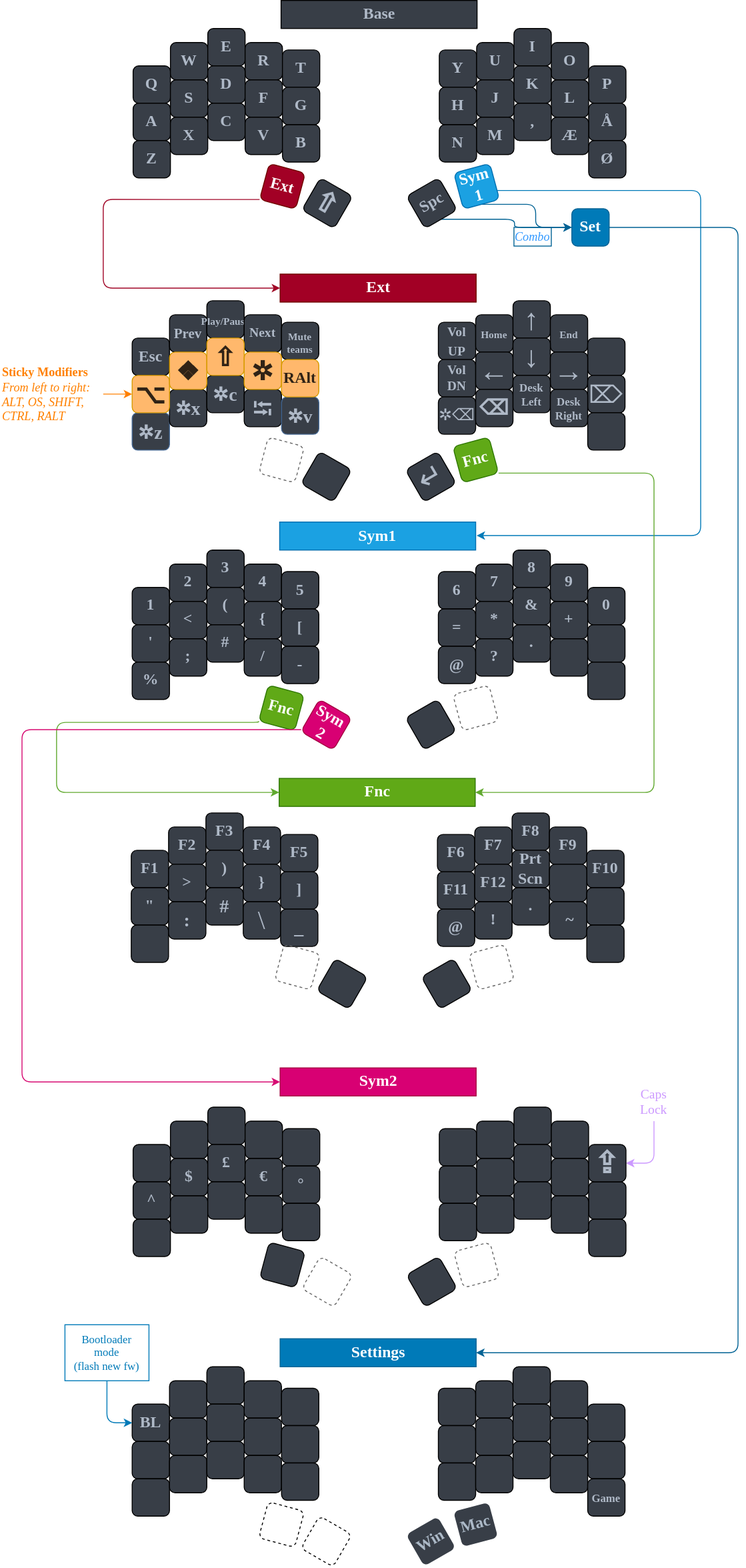
henrik-palm/zmk-urchin keeps this draw.io diagram as Palm Keyboard Layout.drawio.svg. Above is the earlier version. Source tidied: cells renumbered, new cells last; positions are measured from the earlier drawing's top-left corner, leaving out a move shared by most shapes.
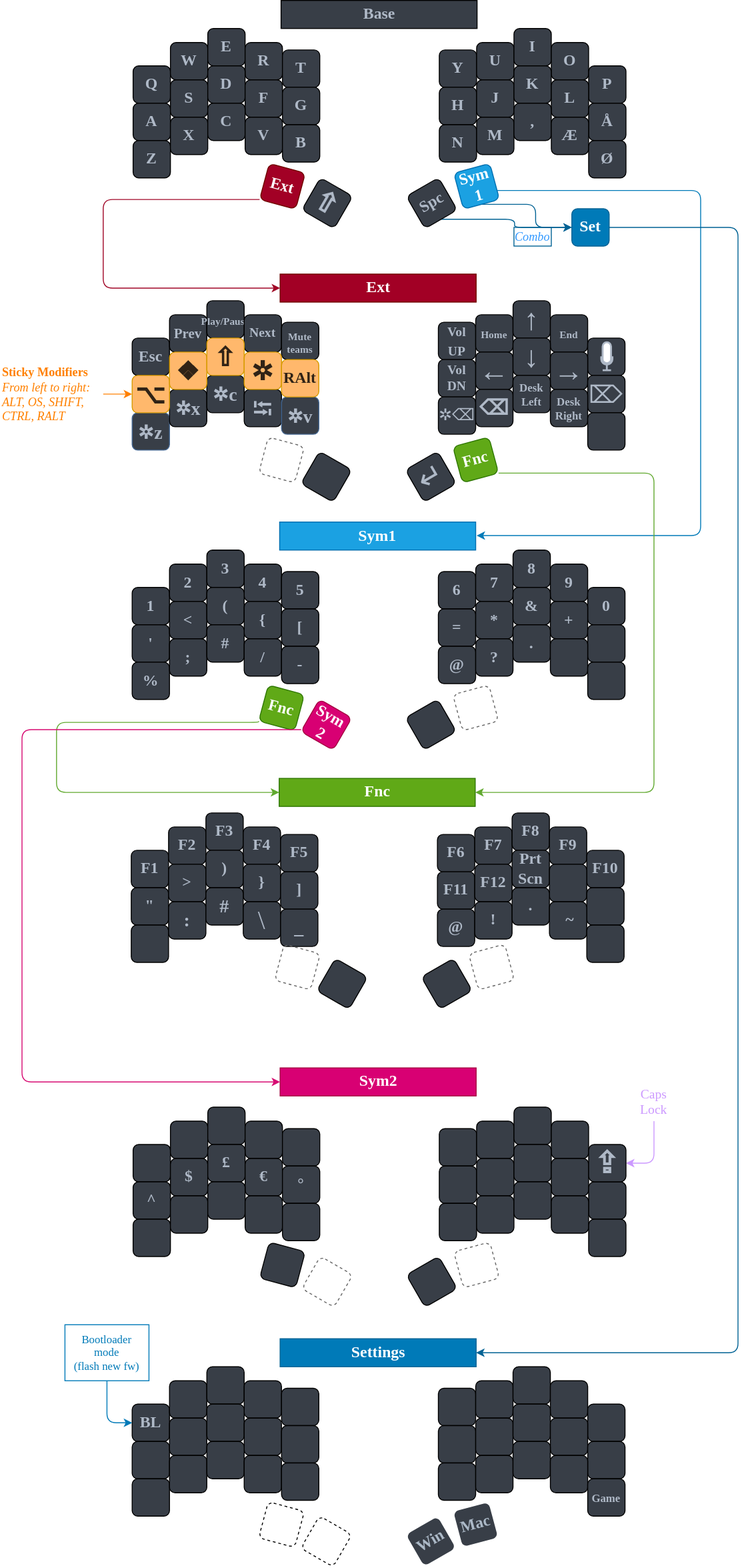
After the change.

What changed in the source:
```diff
@@ -719,5 +719,8 @@
     <mxCell id="228" value="&lt;span style=&quot;font-family: &amp;quot;segoe ui emoji&amp;quot;, &amp;quot;apple color emoji&amp;quot;, &amp;quot;noto color emoji&amp;quot;; font-size: 32px;&quot;&gt;⇪&lt;/span&gt;" style="whiteSpace=wrap;html=1;fontSize=17;fontFamily=Verdana;fontStyle=1;fontColor=#AFB9C7;fillColor=#383E47;rounded=1;" parent="1" vertex="1">
       <mxGeometry x="630" y="1225" width="40" height="40" as="geometry" />
     </mxCell>
+    <mxCell id="229" style="html=1;verticalLabelPosition=bottom;align=center;labelBackgroundColor=#ffffff;verticalAlign=top;strokeWidth=2;strokeColor=#AFB9C7;shadow=0;dashed=0;shape=mxgraph.ios7.icons.microphone;fillColor=light-dark(#FFFFFF,#B4B9C1);" parent="1" vertex="1">
+      <mxGeometry x="644" y="366.5" width="12" height="30" as="geometry" />
+    </mxCell>
   </root>
 </mxGraphModel>
```
